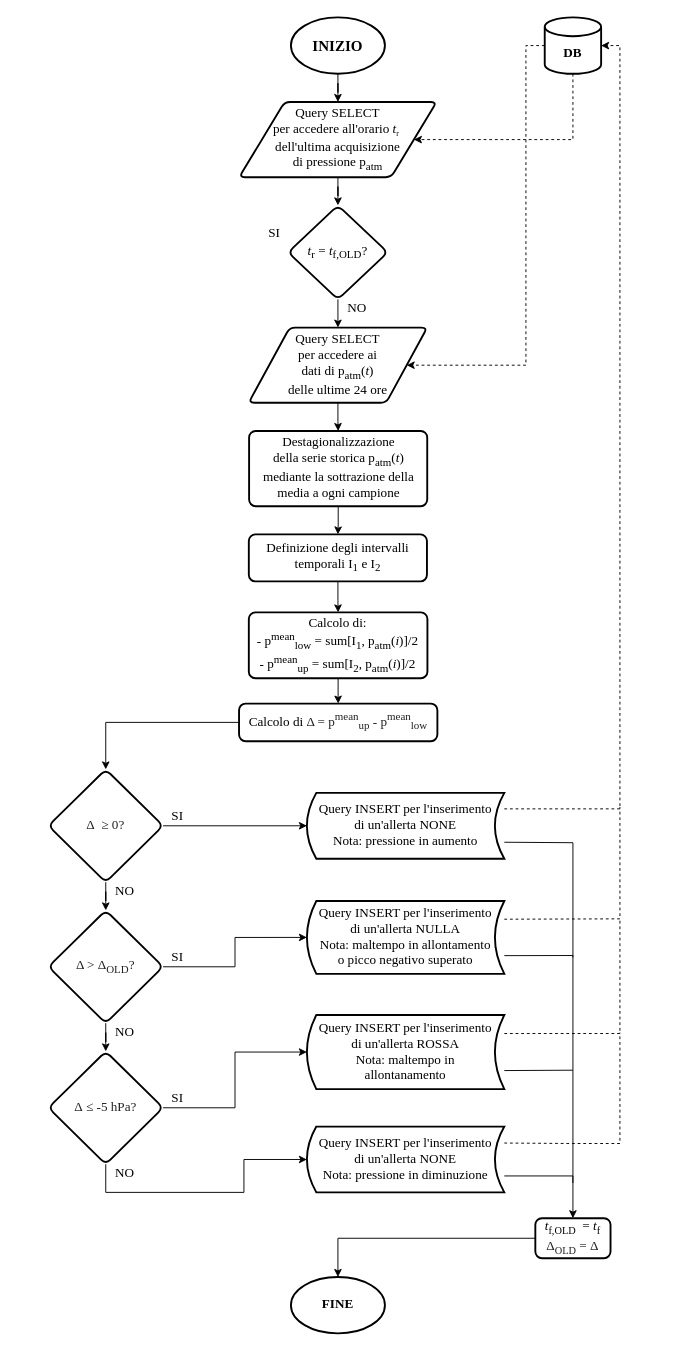
The draw.io diagram Iterazioni/Documentazione/Iterazione 3/OtherFiles/FC - Generatore allerte BW.drawio in matteoverzeroli/LVSEmergency, before the edit. Source tidied: cells renumbered, new cells numbered last; positions are measured from the earlier drawing's top-left corner, leaving out a move shared by most shapes. Both pictures are drawn from the tidied source at 94%, with x=0, y=0 at pixel (48, 17).
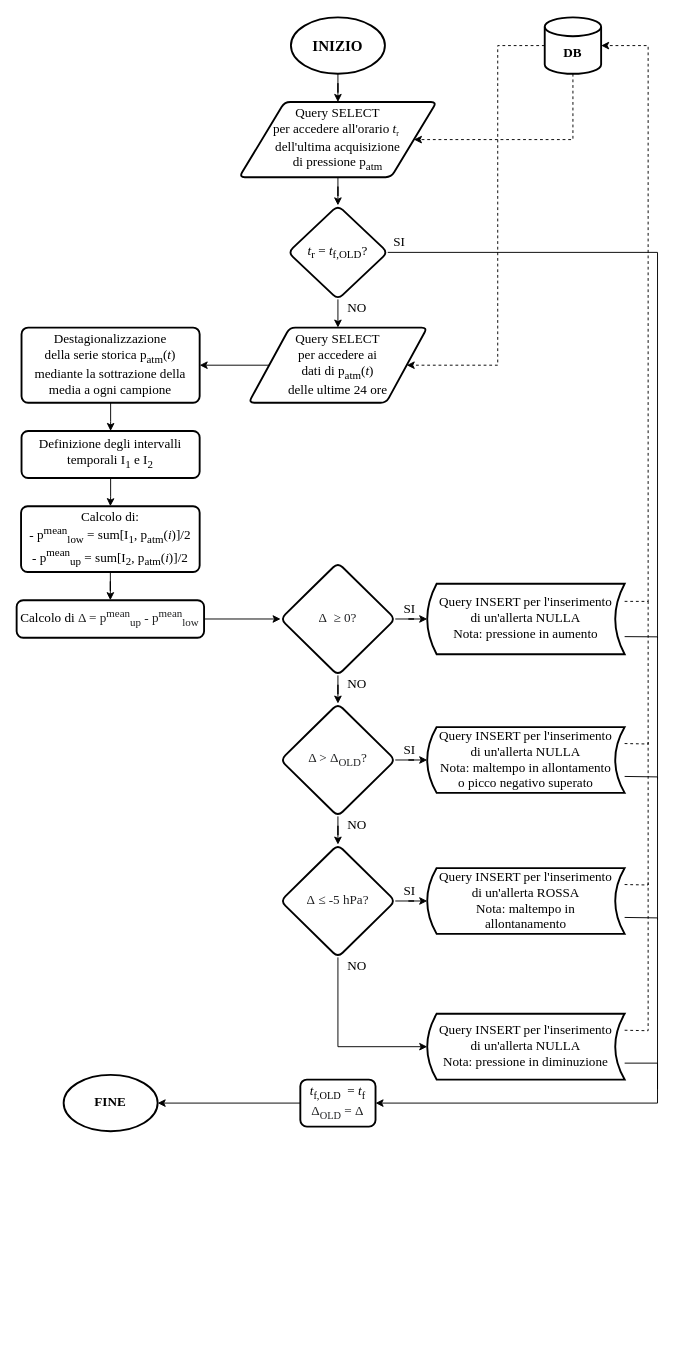
The same diagram, later.

Commit message (it also covers changes not shown here):
Aggiornamenti flow chart generatori allerte BW e F&F

The change refers to these unchanged cells:
```xml
<mxCell id="6" value="&lt;br&gt;&lt;b&gt;DB&lt;/b&gt;" style="strokeWidth=2;html=1;shape=mxgraph.flowchart.database;whiteSpace=wrap;fontFamily=Times New Roman;fontSize=14;" parent="1" vertex="1">
  <mxGeometry x="528" width="60" height="60" as="geometry" />
</mxCell>
<mxCell id="10" value="&lt;font face=&quot;Times New Roman&quot;&gt;&lt;span style=&quot;font-size: 14px&quot;&gt;&lt;i&gt;t&lt;/i&gt;&lt;sub&gt;r&lt;/sub&gt;&amp;nbsp;= &lt;i&gt;t&lt;/i&gt;&lt;sub&gt;f,OLD&lt;/sub&gt;?&lt;/span&gt;&lt;/font&gt;" style="rhombus;whiteSpace=wrap;html=1;rounded=1;arcSize=14;strokeWidth=2;" parent="1" vertex="1">
  <mxGeometry x="255" y="200" width="106" height="100" as="geometry" />
</mxCell>
<mxCell id="13" value="Query SELECT&lt;br&gt;per accedere ai&lt;br&gt;dati di p&lt;sub&gt;atm&lt;/sub&gt;(&lt;i&gt;t&lt;/i&gt;)&lt;br&gt;delle ultime 24 ore" style="shape=parallelogram;html=1;strokeWidth=2;perimeter=parallelogramPerimeter;whiteSpace=wrap;rounded=1;arcSize=12;size=0.23;fontFamily=Times New Roman;fontSize=14;" parent="1" vertex="1">
  <mxGeometry x="213" y="330" width="190" height="80" as="geometry" />
</mxCell>
```

Change to the diagram source:
```diff
@@
     <mxCell id="5" style="edgeStyle=orthogonalEdgeStyle;rounded=0;jettySize=auto;html=1;entryX=1;entryY=0.5;entryDx=0;entryDy=0;fontFamily=Times New Roman;fontSize=14;dashed=1;" parent="1" edge="1" source="6" target="13">
       <mxGeometry relative="1" as="geometry">
         <Array as="points">
-          <mxPoint x="508" y="30" />
-          <mxPoint x="508" y="370" />
+          <mxPoint x="478" y="30" />
+          <mxPoint x="478" y="370" />
         </Array>
       </mxGeometry>
     </mxCell>
@@
     <mxCell id="11" value="SI" style="text;html=1;align=center;verticalAlign=middle;strokeColor=none;fillColor=none;fontSize=14;fontFamily=Times New Roman;" parent="1" vertex="1">
-      <mxGeometry x="225" y="220" width="30" height="20" as="geometry" />
+      <mxGeometry x="358" y="230" width="30" height="20" as="geometry" />
     </mxCell>
-    <mxCell id="12" style="edgeStyle=orthogonalEdgeStyle;rounded=0;jettySize=auto;html=1;entryX=0.5;entryY=0;entryDx=0;entryDy=0;fontFamily=Times New Roman;fontSize=14;" parent="1" edge="1" source="13" target="16">
+    <mxCell id="12" style="edgeStyle=orthogonalEdgeStyle;rounded=0;jettySize=auto;html=1;fontFamily=Times New Roman;fontSize=14;entryX=1;entryY=0.5;entryDx=0;entryDy=0;" parent="1" edge="1" source="13" target="16">
       <mxGeometry relative="1" as="geometry" />
     </mxCell>
@@
-    <mxCell id="15" style="edgeStyle=orthogonalEdgeStyle;rounded=0;jettySize=auto;html=1;entryX=0.5;entryY=0;entryDx=0;entryDy=0;fontFamily=Times New Roman;fontSize=14;" parent="1" edge="1" source="16" target="18">
+    <mxCell id="15" style="edgeStyle=orthogonalEdgeStyle;rounded=0;jettySize=auto;html=1;entryX=0.5;entryY=0;entryDx=0;entryDy=0;" parent="1" edge="1" source="16" target="18">
       <mxGeometry relative="1" as="geometry" />
     </mxCell>
     <mxCell id="16" value="Destagionalizzazione&lt;br&gt;della serie storica p&lt;sub&gt;atm&lt;/sub&gt;(&lt;i&gt;t&lt;/i&gt;)&lt;br&gt;mediante la sottrazione della media a ogni campione" style="rounded=1;whiteSpace=wrap;html=1;absoluteArcSize=1;arcSize=14;strokeWidth=2;fontFamily=Times New Roman;fontSize=14;" parent="1" vertex="1">
-      <mxGeometry x="213.5" y="440" width="189.5" height="80" as="geometry" />
+      <mxGeometry x="-28.6" y="330" width="189.5" height="80" as="geometry" />
     </mxCell>
@@
     <mxCell id="18" value="Definizione degli intervalli temporali I&lt;sub&gt;1&lt;/sub&gt;&amp;nbsp;e I&lt;sub&gt;2&lt;/sub&gt;" style="rounded=1;whiteSpace=wrap;html=1;absoluteArcSize=1;arcSize=14;strokeWidth=2;fontFamily=Times New Roman;fontSize=14;" parent="1" vertex="1">
-      <mxGeometry x="213.2" y="550" width="189.5" height="50" as="geometry" />
+      <mxGeometry x="-28.6" y="440" width="189.5" height="50" as="geometry" />
     </mxCell>
@@
     <mxCell id="20" value="Calcolo di:&lt;br&gt;- p&lt;sup&gt;mean&lt;/sup&gt;&lt;sub&gt;low&lt;/sub&gt;&amp;nbsp;= sum[I&lt;sub&gt;1&lt;/sub&gt;, p&lt;sub&gt;atm&lt;/sub&gt;(&lt;i&gt;i&lt;/i&gt;)]/2&lt;br&gt;- p&lt;sup&gt;mean&lt;/sup&gt;&lt;sub&gt;up&lt;/sub&gt;&amp;nbsp;= sum[I&lt;sub&gt;2&lt;/sub&gt;, p&lt;sub&gt;atm&lt;/sub&gt;(&lt;i&gt;i&lt;/i&gt;)]/2" style="rounded=1;whiteSpace=wrap;html=1;absoluteArcSize=1;arcSize=14;strokeWidth=2;fontFamily=Times New Roman;fontSize=14;" parent="1" vertex="1">
-      <mxGeometry x="213.2" y="633" width="190" height="70" as="geometry" />
+      <mxGeometry x="-29.1" y="520" width="190" height="70" as="geometry" />
     </mxCell>
-    <mxCell id="21" style="edgeStyle=orthogonalEdgeStyle;rounded=0;jettySize=auto;html=1;entryX=0.5;entryY=0;entryDx=0;entryDy=0;fontFamily=Times New Roman;fontSize=14;" parent="1" edge="1" source="22" target="35">
+    <mxCell id="21" style="edgeStyle=orthogonalEdgeStyle;rounded=0;jettySize=auto;html=1;entryX=0;entryY=0.5;entryDx=0;entryDy=0;" parent="1" edge="1" source="22" target="35">
       <mxGeometry relative="1" as="geometry" />
     </mxCell>
     <mxCell id="22" value="&lt;font&gt;&lt;font style=&quot;font-size: 14px&quot;&gt;Calcolo di&amp;nbsp;&lt;span style=&quot;color: rgb(32 , 33 , 34) ; text-align: left ; background-color: rgb(255 , 255 , 255)&quot;&gt;Δ = p&lt;sup&gt;mean&lt;/sup&gt;&lt;sub&gt;up&lt;/sub&gt;&amp;nbsp;- p&lt;sup&gt;mean&lt;/sup&gt;&lt;sub&gt;low&lt;/sub&gt;&lt;/span&gt;&lt;/font&gt;&lt;br&gt;&lt;/font&gt;" style="rounded=1;whiteSpace=wrap;html=1;absoluteArcSize=1;arcSize=14;strokeWidth=2;fontFamily=Times New Roman;fontSize=11;" parent="1" vertex="1">
-      <mxGeometry x="202.8" y="730" width="211" height="40" as="geometry" />
+      <mxGeometry x="-33.8" y="620" width="199.4" height="40" as="geometry" />
     </mxCell>
@@
     <mxCell id="25" value="&lt;font style=&quot;font-size: 14px&quot;&gt;&lt;span style=&quot;color: rgb(32 , 33 , 34) ; text-align: left ; background-color: rgb(255 , 255 , 255)&quot;&gt;Δ &amp;gt;&lt;/span&gt;&lt;span style=&quot;color: rgb(32 , 33 , 36) ; text-align: left ; background-color: rgb(255 , 255 , 255)&quot;&gt;&amp;nbsp;&lt;/span&gt;&lt;span style=&quot;color: rgb(32 , 33 , 34) ; text-align: left ; background-color: rgb(255 , 255 , 255)&quot;&gt;Δ&lt;/span&gt;&lt;span style=&quot;color: rgb(32 , 33 , 34) ; text-align: left ; background-color: rgb(255 , 255 , 255)&quot;&gt;&lt;sub&gt;OLD&lt;/sub&gt;&lt;/span&gt;&lt;span style=&quot;color: rgb(32 , 33 , 34) ; text-align: left ; background-color: rgb(255 , 255 , 255)&quot;&gt;?&lt;/span&gt;&lt;/font&gt;" style="rhombus;whiteSpace=wrap;html=1;fontSize=11;fontFamily=Times New Roman;rounded=1;arcSize=14;strokeWidth=2;align=center;" parent="1" vertex="1">
-      <mxGeometry y="950" width="122" height="120" as="geometry" />
+      <mxGeometry x="247" y="730" width="122" height="120" as="geometry" />
     </mxCell>
     <mxCell id="26" value="SI" style="text;html=1;align=center;verticalAlign=middle;strokeColor=none;fillColor=none;fontSize=14;fontFamily=Times New Roman;" parent="1" vertex="1">
-      <mxGeometry x="122" y="990" width="30" height="20" as="geometry" />
+      <mxGeometry x="369" y="770" width="30" height="20" as="geometry" />
     </mxCell>
@@
-    <mxCell id="28" style="edgeStyle=orthogonalEdgeStyle;rounded=0;jettySize=auto;html=1;entryX=0;entryY=0.5;entryDx=0;entryDy=0;fontFamily=Times New Roman;fontSize=14;" parent="1" edge="1" source="29" target="46">
+    <mxCell id="28" style="edgeStyle=orthogonalEdgeStyle;rounded=0;jettySize=auto;html=1;entryX=0;entryY=0.5;entryDx=0;entryDy=0;" parent="1" edge="1" source="29" target="46">
       <mxGeometry relative="1" as="geometry">
         <Array as="points">
-          <mxPoint x="61" y="1250" />
-          <mxPoint x="208" y="1250" />
-          <mxPoint x="208" y="1215" />
+          <mxPoint x="308" y="1095" />
         </Array>
       </mxGeometry>
     </mxCell>
     <mxCell id="29" value="&lt;font style=&quot;font-size: 14px&quot;&gt;&lt;span style=&quot;color: rgb(32 , 33 , 34) ; text-align: left ; background-color: rgb(255 , 255 , 255)&quot;&gt;Δ&amp;nbsp;&lt;/span&gt;&lt;span style=&quot;color: rgb(32 , 33 , 36) ; text-align: left ; background-color: rgb(255 , 255 , 255)&quot;&gt;≤ -5 hPa?&lt;/span&gt;&lt;/font&gt;" style="rhombus;whiteSpace=wrap;html=1;fontSize=11;fontFamily=Times New Roman;rounded=1;arcSize=14;strokeWidth=2;align=center;" parent="1" vertex="1">
-      <mxGeometry y="1100" width="122" height="120" as="geometry" />
+      <mxGeometry x="247" y="880" width="122" height="120" as="geometry" />
     </mxCell>
     <mxCell id="30" value="NO" style="text;html=1;align=center;verticalAlign=middle;strokeColor=none;fillColor=none;fontSize=14;fontFamily=Times New Roman;" parent="1" vertex="1">
-      <mxGeometry x="61" y="1070" width="40" height="20" as="geometry" />
+      <mxGeometry x="308" y="850" width="40" height="20" as="geometry" />
     </mxCell>
     <mxCell id="31" value="SI" style="text;html=1;align=center;verticalAlign=middle;strokeColor=none;fillColor=none;fontSize=14;fontFamily=Times New Roman;" parent="1" vertex="1">
-      <mxGeometry x="122" y="1140" width="30" height="20" as="geometry" />
+      <mxGeometry x="369" y="920" width="30" height="20" as="geometry" />
     </mxCell>
     <mxCell id="32" value="NO" style="text;html=1;align=center;verticalAlign=middle;strokeColor=none;fillColor=none;fontSize=14;fontFamily=Times New Roman;" parent="1" vertex="1">
-      <mxGeometry x="61" y="1220" width="40" height="20" as="geometry" />
+      <mxGeometry x="308" y="1000" width="40" height="20" as="geometry" />
     </mxCell>
-    <mxCell id="33" style="edgeStyle=orthogonalEdgeStyle;rounded=0;jettySize=auto;html=1;entryX=0.5;entryY=0;entryDx=0;entryDy=0;fontFamily=Times New Roman;fontSize=14;" parent="1" edge="1" source="35" target="25">
+    <mxCell id="33" style="edgeStyle=orthogonalEdgeStyle;rounded=0;jettySize=auto;html=1;entryX=0.5;entryY=0;entryDx=0;entryDy=0;" parent="1" edge="1" source="35" target="25">
       <mxGeometry relative="1" as="geometry" />
     </mxCell>
-    <mxCell id="34" style="edgeStyle=orthogonalEdgeStyle;rounded=0;jettySize=auto;html=1;entryX=0;entryY=0.5;entryDx=0;entryDy=0;fontFamily=Times New Roman;fontSize=14;" parent="1" edge="1" source="35">
-      <mxGeometry relative="1" as="geometry">
-        <mxPoint x="275" y="860" as="targetPoint" />
-      </mxGeometry>
-    </mxCell>
+    <mxCell id="53" style="edgeStyle=orthogonalEdgeStyle;rounded=0;jettySize=auto;html=1;entryX=0;entryY=0.5;entryDx=0;entryDy=0;" parent="1" edge="1" source="35" target="55">
+      <mxGeometry relative="1" as="geometry" />
+    </mxCell>
     <mxCell id="35" value="&lt;font&gt;&lt;span style=&quot;color: rgb(32 , 33 , 34) ; text-align: left ; background-color: rgb(255 , 255 , 255)&quot;&gt;&lt;font style=&quot;font-size: 14px&quot;&gt;Δ&lt;/font&gt;&lt;span style=&quot;font-size: 14px&quot;&gt;&amp;nbsp;&amp;nbsp;&lt;/span&gt;&lt;/span&gt;&lt;span style=&quot;font-size: 14px ; color: rgb(32 , 33 , 36) ; text-align: left ; background-color: rgb(255 , 255 , 255)&quot;&gt;≥ 0?&lt;/span&gt;&lt;/font&gt;" style="rhombus;whiteSpace=wrap;html=1;fontSize=11;fontFamily=Times New Roman;rounded=1;arcSize=14;strokeWidth=2;align=center;" parent="1" vertex="1">
-      <mxGeometry y="800" width="122" height="120" as="geometry" />
+      <mxGeometry x="247" y="580" width="122" height="120" as="geometry" />
     </mxCell>
     <mxCell id="36" value="SI" style="text;html=1;align=center;verticalAlign=middle;strokeColor=none;fillColor=none;fontSize=14;fontFamily=Times New Roman;" parent="1" vertex="1">
-      <mxGeometry x="122" y="840" width="30" height="20" as="geometry" />
+      <mxGeometry x="369" y="620" width="30" height="20" as="geometry" />
     </mxCell>
     <mxCell id="37" value="NO" style="text;html=1;align=center;verticalAlign=middle;strokeColor=none;fillColor=none;fontSize=14;fontFamily=Times New Roman;" parent="1" vertex="1">
-      <mxGeometry x="61" y="920" width="40" height="20" as="geometry" />
+      <mxGeometry x="308" y="700" width="40" height="20" as="geometry" />
     </mxCell>
-    <mxCell id="38" style="edgeStyle=orthogonalEdgeStyle;rounded=0;jettySize=auto;html=1;entryX=0.5;entryY=0;entryDx=0;entryDy=0;entryPerimeter=0;fontFamily=Times New Roman;fontSize=14;" parent="1" edge="1" source="39" target="49">
+    <mxCell id="38" style="edgeStyle=orthogonalEdgeStyle;rounded=0;jettySize=auto;html=1;entryX=1;entryY=0.5;entryDx=0;entryDy=0;entryPerimeter=0;" parent="1" edge="1" source="39" target="49">
       <mxGeometry relative="1" as="geometry" />
     </mxCell>
     <mxCell id="39" value="&lt;font&gt;&lt;i style=&quot;font-size: 14px&quot;&gt;t&lt;/i&gt;&lt;font style=&quot;vertical-align: sub ; font-size: 11px&quot;&gt;f,OLD&lt;/font&gt;&lt;font style=&quot;font-size: 14px ; vertical-align: sub&quot;&gt;&amp;nbsp;&lt;/font&gt;&lt;font&gt;&lt;sub style=&quot;font-size: 14px&quot;&gt;&amp;nbsp;&lt;/sub&gt;=&amp;nbsp;&lt;i style=&quot;font-size: 14px&quot;&gt;t&lt;/i&gt;&lt;sub&gt;&lt;font style=&quot;font-size: 11px&quot;&gt;f&lt;/font&gt;&lt;br&gt;&lt;/sub&gt;&lt;font style=&quot;font-size: 14px&quot;&gt;&amp;nbsp;&lt;/font&gt;&lt;/font&gt;&lt;span style=&quot;color: rgb(32 , 33 , 34) ; text-align: left ; background-color: rgb(255 , 255 , 255)&quot;&gt;Δ&lt;sub&gt;&lt;font style=&quot;font-size: 11px&quot;&gt;OLD&lt;/font&gt;&lt;/sub&gt;&amp;nbsp;=&amp;nbsp;&lt;/span&gt;&lt;span style=&quot;font-size: 14px ; color: rgb(32 , 33 , 34) ; text-align: left ; background-color: rgb(255 , 255 , 255)&quot;&gt;Δ&amp;nbsp;&lt;/span&gt;&lt;/font&gt;" style="rounded=1;whiteSpace=wrap;html=1;absoluteArcSize=1;arcSize=14;strokeWidth=2;fontFamily=Times New Roman;fontSize=14;" parent="1" vertex="1">
-      <mxGeometry x="518" y="1277.5" width="80" height="42.5" as="geometry" />
+      <mxGeometry x="268" y="1130" width="80" height="50" as="geometry" />
     </mxCell>
-    <mxCell id="40" style="edgeStyle=orthogonalEdgeStyle;rounded=0;jettySize=auto;html=1;fontFamily=Times New Roman;fontSize=14;entryX=1;entryY=0.5;entryDx=0;entryDy=0;entryPerimeter=0;dashed=1;" parent="1" edge="1" target="6">
-      <mxGeometry relative="1" as="geometry">
-        <mxPoint x="485" y="842" as="sourcePoint" />
-        <Array as="points">
-          <mxPoint x="608" y="842" />
-          <mxPoint x="608" y="30" />
-        </Array>
-      </mxGeometry>
-    </mxCell>
     <mxCell id="41" value="Query INSERT per l'inserimento &lt;br&gt;di un'allerta NULLA&lt;br&gt;Nota: maltempo in allontamento &lt;br&gt;o picco negativo superato" style="shape=dataStorage;whiteSpace=wrap;html=1;fixedSize=1;fontFamily=Times New Roman;fontSize=14;size=10;strokeWidth=2;" parent="1" vertex="1">
-      <mxGeometry x="275" y="940" width="210" height="77.5" as="geometry" />
+      <mxGeometry x="403" y="755" width="210" height="70" as="geometry" />
     </mxCell>
-    <mxCell id="42" value="Query INSERT per l'inserimento &lt;br&gt;di un'allerta ROSSA&lt;br&gt;Nota: maltempo in &lt;br&gt;allontanamento" style="shape=dataStorage;whiteSpace=wrap;html=1;fixedSize=1;fontFamily=Times New Roman;fontSize=14;size=10;strokeWidth=2;" parent="1" vertex="1">
-      <mxGeometry x="275" y="1061.3" width="210" height="78.8" as="geometry" />
-    </mxCell>
-    <mxCell id="43" style="endArrow=none;dashed=1;html=1;rounded=0;fontFamily=Times New Roman;fontSize=14;exitX=1;exitY=0.25;exitDx=0;exitDy=0;" parent="1" edge="1" source="41">
-      <mxGeometry relative="1" as="geometry">
-        <mxPoint x="608" y="840" as="targetPoint" />
-        <Array as="points">
-          <mxPoint x="608" y="959" />
-        </Array>
-      </mxGeometry>
-    </mxCell>
-    <mxCell id="44" style="endArrow=none;dashed=1;html=1;rounded=0;fontFamily=Times New Roman;fontSize=14;exitX=1;exitY=0.25;exitDx=0;exitDy=0;" parent="1" edge="1" source="42">
-      <mxGeometry relative="1" as="geometry">
-        <mxPoint x="608" y="960" as="targetPoint" />
-        <Array as="points">
-          <mxPoint x="608" y="1081" />
-        </Array>
-      </mxGeometry>
-    </mxCell>
-    <mxCell id="45" style="edgeStyle=orthogonalEdgeStyle;rounded=0;jettySize=auto;html=1;exitX=1;exitY=0.75;exitDx=0;exitDy=0;entryX=0.5;entryY=0;entryDx=0;entryDy=0;fontFamily=Times New Roman;fontSize=14;" parent="1" edge="1" source="46" target="39">
-      <mxGeometry relative="1" as="geometry" />
+    <mxCell id="45" style="edgeStyle=orthogonalEdgeStyle;rounded=0;jettySize=auto;html=1;exitX=1;exitY=0.75;exitDx=0;exitDy=0;entryX=1;entryY=0.5;entryDx=0;entryDy=0;" parent="1" edge="1" source="46" target="39">
+      <mxGeometry relative="1" as="geometry">
+        <Array as="points">
+          <mxPoint x="648" y="1113" />
+          <mxPoint x="648" y="1155" />
+        </Array>
+      </mxGeometry>
     </mxCell>
-    <mxCell id="46" value="Query INSERT per l'inserimento &lt;br&gt;di un'allerta NONE&lt;br&gt;Nota: pressione in diminuzione" style="shape=dataStorage;whiteSpace=wrap;html=1;fixedSize=1;fontFamily=Times New Roman;fontSize=14;size=10;strokeWidth=2;" parent="1" vertex="1">
-      <mxGeometry x="275" y="1180" width="210" height="70" as="geometry" />
+    <mxCell id="46" value="Query INSERT per l'inserimento &lt;br&gt;di un'allerta NULLA&lt;br&gt;Nota: pressione in diminuzione" style="shape=dataStorage;whiteSpace=wrap;html=1;fixedSize=1;fontFamily=Times New Roman;fontSize=14;size=10;strokeWidth=2;" parent="1" vertex="1">
+      <mxGeometry x="403" y="1060" width="210" height="70" as="geometry" />
     </mxCell>
-    <mxCell id="47" style="endArrow=none;dashed=1;html=1;rounded=0;fontFamily=Times New Roman;fontSize=14;exitX=1;exitY=0.25;exitDx=0;exitDy=0;" parent="1" edge="1" source="46">
-      <mxGeometry relative="1" as="geometry">
-        <mxPoint x="608" y="1080" as="targetPoint" />
-        <Array as="points">
-          <mxPoint x="558" y="1198" />
-          <mxPoint x="608" y="1198" />
-        </Array>
-      </mxGeometry>
-    </mxCell>
-    <mxCell id="48" value="Query INSERT per l'inserimento &lt;br&gt;di un'allerta NONE&lt;br&gt;Nota: pressione in aumento" style="shape=dataStorage;whiteSpace=wrap;html=1;fixedSize=1;fontFamily=Times New Roman;fontSize=14;size=10;strokeWidth=2;" parent="1" vertex="1">
-      <mxGeometry x="275" y="825" width="210" height="70" as="geometry" />
-    </mxCell>
     <mxCell id="49" value="&lt;b&gt;FINE&lt;/b&gt;" style="strokeWidth=2;html=1;shape=mxgraph.flowchart.start_1;whiteSpace=wrap;fontFamily=Times New Roman;fontSize=14;" parent="1" vertex="1">
-      <mxGeometry x="258" y="1340" width="100" height="60" as="geometry" />
+      <mxGeometry x="16.2" y="1125" width="100" height="60" as="geometry" />
     </mxCell>
-    <mxCell id="50" style="endArrow=none;html=1;rounded=0;fontFamily=Times New Roman;fontSize=14;exitX=1;exitY=0.75;exitDx=0;exitDy=0;" parent="1" edge="1" source="42">
-      <mxGeometry relative="1" as="geometry">
-        <mxPoint x="558" y="1240" as="targetPoint" />
-        <Array as="points">
-          <mxPoint x="558" y="1120" />
-        </Array>
-      </mxGeometry>
-    </mxCell>
-    <mxCell id="51" style="endArrow=none;html=1;rounded=0;fontFamily=Times New Roman;fontSize=14;exitX=1;exitY=0.75;exitDx=0;exitDy=0;" parent="1" edge="1" source="41">
-      <mxGeometry relative="1" as="geometry">
-        <mxPoint x="558" y="1120" as="targetPoint" />
-        <Array as="points">
-          <mxPoint x="558" y="998" />
-        </Array>
-      </mxGeometry>
-    </mxCell>
-    <mxCell id="52" style="endArrow=none;html=1;rounded=0;fontFamily=Times New Roman;fontSize=14;exitX=1;exitY=0.75;exitDx=0;exitDy=0;" parent="1" edge="1" source="48">
-      <mxGeometry relative="1" as="geometry">
-        <mxPoint x="558" y="1000" as="targetPoint" />
-        <Array as="points">
-          <mxPoint x="558" y="878" />
-        </Array>
-      </mxGeometry>
-    </mxCell>
+    <mxCell id="54" style="edgeStyle=orthogonalEdgeStyle;rounded=0;jettySize=auto;html=1;exitX=1;exitY=0.25;exitDx=0;exitDy=0;dashed=1;entryX=1;entryY=0.5;entryDx=0;entryDy=0;entryPerimeter=0;" parent="1" edge="1" source="55" target="6">
+      <mxGeometry relative="1" as="geometry">
+        <Array as="points">
+          <mxPoint x="638" y="621" />
+          <mxPoint x="638" y="30" />
+        </Array>
+      </mxGeometry>
+    </mxCell>
+    <mxCell id="55" value="&lt;span&gt;Query INSERT per l'inserimento&lt;/span&gt;&lt;br&gt;&lt;span&gt;di un'allerta NULLA&lt;/span&gt;&lt;br&gt;&lt;span&gt;Nota: pressione in aumento&lt;/span&gt;" style="shape=dataStorage;whiteSpace=wrap;html=1;fixedSize=1;fontFamily=Times New Roman;fontSize=14;size=10;strokeWidth=2;" parent="1" vertex="1">
+      <mxGeometry x="403" y="602.5" width="210" height="75" as="geometry" />
+    </mxCell>
+    <mxCell id="42" value="&lt;span&gt;Query INSERT per l'inserimento&lt;/span&gt;&lt;br&gt;&lt;span&gt;di un'allerta ROSSA&lt;/span&gt;&lt;br&gt;&lt;span&gt;Nota: maltempo in&lt;/span&gt;&lt;br&gt;&lt;span&gt;allontanamento&lt;/span&gt;" style="shape=dataStorage;whiteSpace=wrap;html=1;fixedSize=1;fontFamily=Times New Roman;fontSize=14;size=10;strokeWidth=2;" parent="1" vertex="1">
+      <mxGeometry x="403" y="905" width="210" height="70" as="geometry" />
+    </mxCell>
+    <mxCell id="56" style="endArrow=none;html=1;rounded=0;exitX=1;exitY=0.75;exitDx=0;exitDy=0;" parent="1" edge="1" source="42">
+      <mxGeometry relative="1" as="geometry">
+        <mxPoint x="648" y="1140" as="targetPoint" />
+        <Array as="points">
+          <mxPoint x="648" y="958" />
+        </Array>
+      </mxGeometry>
+    </mxCell>
+    <mxCell id="57" style="endArrow=none;html=1;rounded=0;exitX=1;exitY=0.75;exitDx=0;exitDy=0;" parent="1" edge="1" source="41">
+      <mxGeometry relative="1" as="geometry">
+        <mxPoint x="648" y="960" as="targetPoint" />
+        <Array as="points">
+          <mxPoint x="648" y="808" />
+        </Array>
+      </mxGeometry>
+    </mxCell>
+    <mxCell id="58" style="endArrow=none;html=1;rounded=0;exitX=1;exitY=0.75;exitDx=0;exitDy=0;" parent="1" edge="1" source="55">
+      <mxGeometry relative="1" as="geometry">
+        <mxPoint x="648" y="810" as="targetPoint" />
+        <Array as="points">
+          <mxPoint x="648" y="659" />
+        </Array>
+      </mxGeometry>
+    </mxCell>
+    <mxCell id="59" style="endArrow=none;dashed=1;html=1;rounded=0;exitX=1;exitY=0.25;exitDx=0;exitDy=0;" parent="1" edge="1" source="41">
+      <mxGeometry relative="1" as="geometry">
+        <mxPoint x="638" y="620" as="targetPoint" />
+        <Array as="points">
+          <mxPoint x="638" y="773" />
+        </Array>
+      </mxGeometry>
+    </mxCell>
+    <mxCell id="60" style="endArrow=none;dashed=1;html=1;rounded=0;exitX=1;exitY=0.25;exitDx=0;exitDy=0;" parent="1" edge="1" source="42">
+      <mxGeometry relative="1" as="geometry">
+        <mxPoint x="638" y="770" as="targetPoint" />
+        <Array as="points">
+          <mxPoint x="638" y="923" />
+        </Array>
+      </mxGeometry>
+    </mxCell>
+    <mxCell id="61" style="endArrow=none;dashed=1;html=1;rounded=0;exitX=1;exitY=0.25;exitDx=0;exitDy=0;" parent="1" edge="1" source="46">
+      <mxGeometry relative="1" as="geometry">
+        <mxPoint x="638" y="920" as="targetPoint" />
+        <Array as="points">
+          <mxPoint x="638" y="1078" />
+          <mxPoint x="638" y="1010" />
+        </Array>
+      </mxGeometry>
+    </mxCell>
+    <mxCell id="62" style="endArrow=none;html=1;rounded=0;exitX=1;exitY=0.5;exitDx=0;exitDy=0;" parent="1" edge="1" source="10">
+      <mxGeometry relative="1" as="geometry">
+        <mxPoint x="648" y="660" as="targetPoint" />
+        <Array as="points">
+          <mxPoint x="648" y="250" />
+        </Array>
+      </mxGeometry>
+    </mxCell>
```
